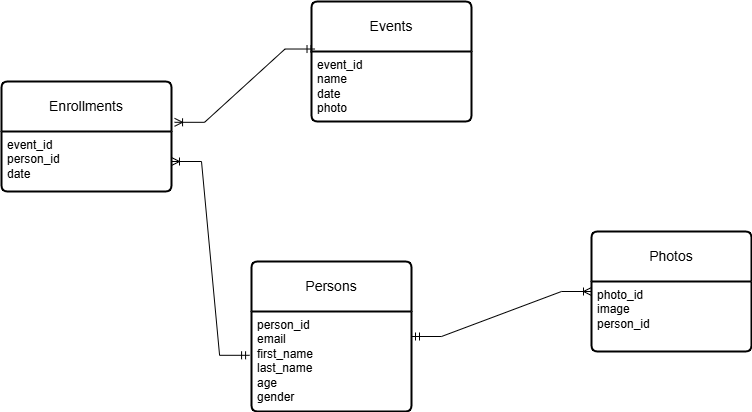
Before: app.database.architecture/DB_v2/conceptual_model_2.png, a diagram exported from draw.io (amarieiandrei/Xparties.Tinder). Source tidied: cells renumbered, new cells last; positions are measured from the earlier drawing's top-left corner, leaving out a move shared by most shapes.
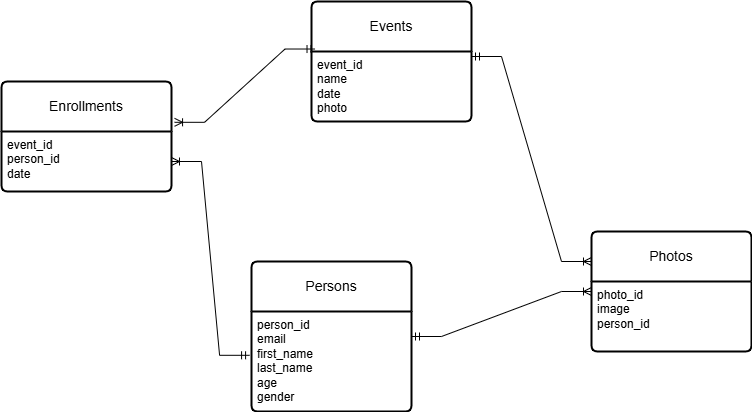
Later version of the same file.

The edit, as a diff of the source:
```diff
@@ -39,5 +39,10 @@
     <mxCell id="12" style="edgeStyle=entityRelationEdgeStyle;fontSize=12;html=1;endArrow=ERoneToMany;startArrow=ERmandOne;rounded=0;exitX=1;exitY=0.25;exitDx=0;exitDy=0;entryX=0;entryY=0.5;entryDx=0;entryDy=0;fillColor=#000099;" parent="1" edge="1" source="5" target="10">
       <mxGeometry relative="1" as="geometry" />
     </mxCell>
+    <mxCell id="13" style="edgeStyle=entityRelationEdgeStyle;fontSize=12;html=1;endArrow=ERoneToMany;startArrow=ERmandOne;rounded=0;exitX=1;exitY=0.25;exitDx=0;exitDy=0;entryX=0;entryY=0.25;entryDx=0;entryDy=0;fillColor=#000099;" parent="1" edge="1" target="10">
+      <mxGeometry relative="1" as="geometry">
+        <mxPoint x="470" y="55" as="sourcePoint" />
+      </mxGeometry>
+    </mxCell>
   </root>
 </mxGraphModel>
```
